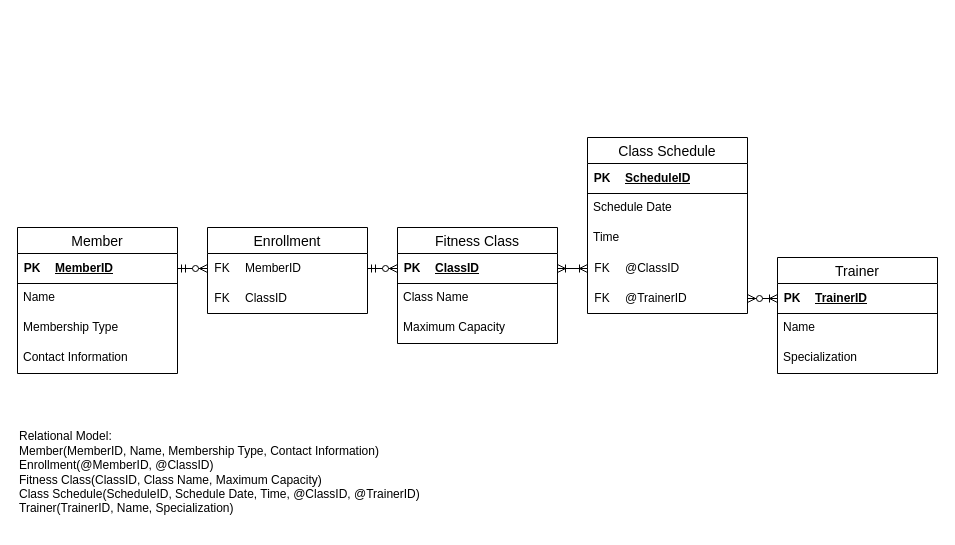
Before: page "Page-4" (4 of 4) of 未命名绘图.drawio in juliaxiahaha/Introduction-to-Databases, a draw.io diagram. Source tidied: cells renumbered, new cells numbered last; positions are measured from the earlier drawing's top-left corner, leaving out a move shared by most shapes. Both pictures are drawn from the tidied source at 100%, with x=0, y=0 at pixel (17, 137).
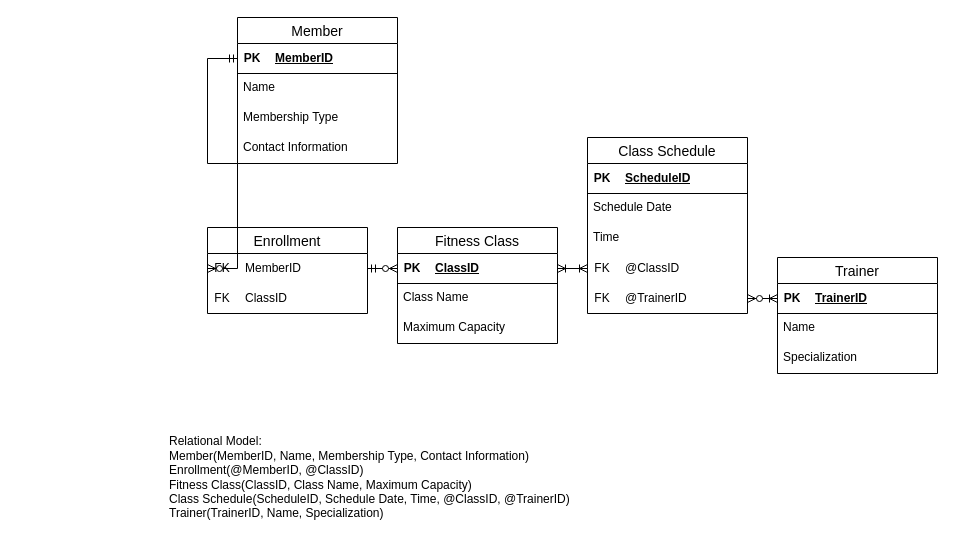
After the change.

Unchanged cells that the change refers to:
```xml
<mxCell id="11" style="shape=tableRow;horizontal=0;startSize=0;swimlaneHead=0;swimlaneBody=0;fillColor=none;points=[[0,0.5],[1,0.5]];portConstraint=eastwest;top=0;left=0;right=0;bottom=1;" parent="10" vertex="1">
  <mxGeometry width="160" height="30" as="geometry" />
</mxCell>
<mxCell id="43" style="shape=tableRow;horizontal=0;startSize=0;swimlaneHead=0;swimlaneBody=0;fillColor=none;points=[[0,0.5],[1,0.5]];portConstraint=eastwest;top=0;left=0;right=0;bottom=0;" parent="42" vertex="1">
  <mxGeometry width="160" height="30" as="geometry" />
</mxCell>
```

The edit, as a diff of the source:
```diff
@@
     <mxCell id="9" value="Member" style="swimlane;fontStyle=0;horizontal=1;startSize=26;align=center;fontSize=14;" parent="1" vertex="1">
-      <mxGeometry y="90" width="160" height="146" as="geometry" />
+      <mxGeometry x="220" y="-120" width="160" height="146" as="geometry" />
     </mxCell>
@@
     <mxCell id="39" value="Relational Model:&lt;div&gt;Member(MemberID, Name, Membership Type, Contact Inform&lt;span style=&quot;background-color: transparent; color: light-dark(rgb(0, 0, 0), rgb(255, 255, 255));&quot;&gt;ation)&lt;/span&gt;&lt;/div&gt;&lt;div&gt;&lt;span style=&quot;background-color: transparent; color: light-dark(rgb(0, 0, 0), rgb(255, 255, 255));&quot;&gt;Enrollment(@MemberID, @ClassID)&lt;/span&gt;&lt;/div&gt;&lt;div&gt;Fitness Class(ClassID, Class Name, Maximum Capacity)&lt;/div&gt;&lt;div style=&quot;&quot;&gt;Class Schedule(ScheduleID, Schedule Date, Time, @ClassID, @TrainerID)&lt;br&gt;Trainer(TrainerID, Name, Specialization)&lt;/div&gt;" style="text;html=1;align=left;verticalAlign=middle;strokeColor=none;fillColor=none;" parent="1" vertex="1">
-      <mxGeometry y="285" width="420" height="100" as="geometry" />
+      <mxGeometry x="150" y="290" width="420" height="100" as="geometry" />
     </mxCell>
@@
-    <mxCell id="50" style="edgeStyle=entityRelationEdgeStyle;fontSize=12;html=1;endArrow=ERzeroToMany;startArrow=ERmandOne;rounded=0;exitX=1;exitY=0.5;exitDx=0;exitDy=0;entryX=0;entryY=0.5;entryDx=0;entryDy=0;" parent="1" edge="1" source="11" target="43">
-      <mxGeometry relative="1" as="geometry" />
+    <mxCell id="50" style="edgeStyle=entityRelationEdgeStyle;fontSize=12;html=1;endArrow=ERzeroToMany;startArrow=ERmandOne;rounded=0;exitX=0;exitY=0.5;exitDx=0;exitDy=0;entryX=0;entryY=0.5;entryDx=0;entryDy=0;" parent="1" edge="1" source="11" target="43">
+      <mxGeometry relative="1" as="geometry">
+        <Array as="points">
+          <mxPoint x="165" y="80" />
+        </Array>
+      </mxGeometry>
     </mxCell>
```
